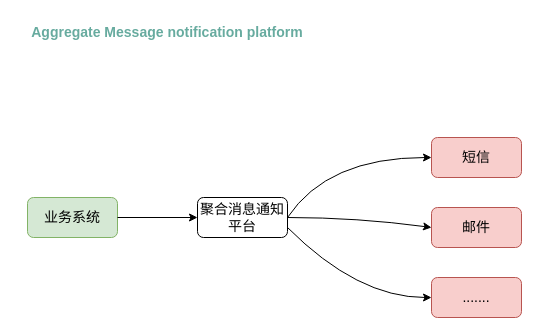
This is page "第 1 页" (1 of 5) of 聚合消息通知平台.drawio from shixw/drawio-depository, a draw.io file, before an edit. Source tidied: cells renumbered, new cells numbered last; positions are measured from the earlier drawing's top-left corner, leaving out a move shared by most shapes. Both pictures are drawn from the tidied source at 100%, with x=0, y=0 at pixel (17, 17).
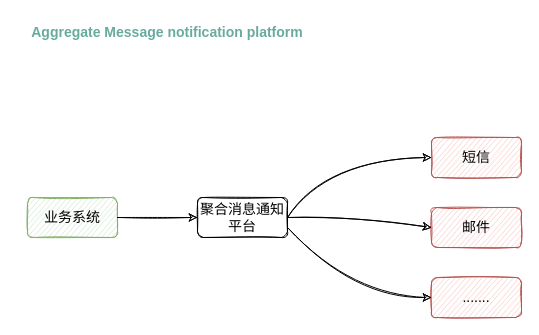
After the change.

Commit message:
更新聚合消息通知平台.drawio

Diff of the diagram source:
```diff
@@
 <mxGraphModel>
   <root>
     <mxCell id="0" />
     <mxCell id="1" parent="0" />
     <mxCell id="2" value="Aggregate Message notification platform" style="text;html=1;strokeColor=none;fillColor=none;align=center;verticalAlign=middle;whiteSpace=wrap;rounded=0;fontStyle=1;fontSize=14;fontColor=#67AB9F;" parent="1" vertex="1">
       <mxGeometry width="300" height="30" as="geometry" />
     </mxCell>
-    <mxCell id="3" value="业务系统" style="rounded=1;whiteSpace=wrap;html=1;fontSize=14;fillColor=#d5e8d4;strokeColor=#82b366;" parent="1" vertex="1">
+    <mxCell id="3" value="业务系统" style="rounded=1;whiteSpace=wrap;html=1;fontSize=14;fillColor=#d5e8d4;strokeColor=#82b366;sketch=1;" parent="1" vertex="1">
       <mxGeometry x="10" y="180" width="90" height="40" as="geometry" />
     </mxCell>
-    <mxCell id="4" value="聚合消息通知平台" style="rounded=1;whiteSpace=wrap;html=1;fontSize=14;fontColor=#000000;" parent="1" vertex="1">
+    <mxCell id="4" value="聚合消息通知平台" style="rounded=1;whiteSpace=wrap;html=1;fontSize=14;fontColor=#000000;sketch=1;" parent="1" vertex="1">
       <mxGeometry x="180" y="180" width="90" height="40" as="geometry" />
     </mxCell>
-    <mxCell id="5" value="短信" style="rounded=1;whiteSpace=wrap;html=1;fontSize=14;fillColor=#f8cecc;strokeColor=#b85450;" parent="1" vertex="1">
+    <mxCell id="5" value="短信" style="rounded=1;whiteSpace=wrap;html=1;fontSize=14;fillColor=#f8cecc;strokeColor=#b85450;sketch=1;" parent="1" vertex="1">
       <mxGeometry x="414" y="120" width="90" height="40" as="geometry" />
     </mxCell>
-    <mxCell id="6" value="邮件" style="rounded=1;whiteSpace=wrap;html=1;fontSize=14;fillColor=#f8cecc;strokeColor=#b85450;" parent="1" vertex="1">
+    <mxCell id="6" value="邮件" style="rounded=1;whiteSpace=wrap;html=1;fontSize=14;fillColor=#f8cecc;strokeColor=#b85450;sketch=1;" parent="1" vertex="1">
       <mxGeometry x="414" y="190" width="90" height="40" as="geometry" />
     </mxCell>
-    <mxCell id="7" value="......." style="rounded=1;whiteSpace=wrap;html=1;fontSize=14;fillColor=#f8cecc;strokeColor=#b85450;" parent="1" vertex="1">
+    <mxCell id="7" value="......." style="rounded=1;whiteSpace=wrap;html=1;fontSize=14;fillColor=#f8cecc;strokeColor=#b85450;sketch=1;" parent="1" vertex="1">
       <mxGeometry x="414" y="260" width="90" height="40" as="geometry" />
     </mxCell>
-    <mxCell id="8" style="endArrow=classic;html=1;rounded=0;fontSize=14;fontColor=#000000;exitX=1;exitY=0.5;exitDx=0;exitDy=0;" parent="1" edge="1" source="3" target="4">
+    <mxCell id="8" style="endArrow=classic;html=1;rounded=0;fontSize=14;fontColor=#000000;exitX=1;exitY=0.5;exitDx=0;exitDy=0;sketch=1;" parent="1" edge="1" source="3" target="4">
       <mxGeometry relative="1" as="geometry" />
     </mxCell>
-    <mxCell id="9" style="curved=1;endArrow=classic;html=1;rounded=0;fontSize=14;fontColor=#000000;exitX=1;exitY=0.5;exitDx=0;exitDy=0;" parent="1" edge="1" source="4" target="5">
+    <mxCell id="9" style="curved=1;endArrow=classic;html=1;rounded=0;fontSize=14;fontColor=#000000;exitX=1;exitY=0.5;exitDx=0;exitDy=0;sketch=1;" parent="1" edge="1" source="4" target="5">
       <mxGeometry relative="1" as="geometry">
         <Array as="points">
           <mxPoint x="310" y="140" />
         </Array>
       </mxGeometry>
     </mxCell>
-    <mxCell id="10" style="curved=1;endArrow=classic;html=1;rounded=0;fontSize=14;fontColor=#000000;exitX=1;exitY=0.75;exitDx=0;exitDy=0;entryX=0;entryY=0.5;entryDx=0;entryDy=0;" parent="1" edge="1" source="4" target="7">
+    <mxCell id="10" style="curved=1;endArrow=classic;html=1;rounded=0;fontSize=14;fontColor=#000000;exitX=1;exitY=0.75;exitDx=0;exitDy=0;entryX=0;entryY=0.5;entryDx=0;entryDy=0;sketch=1;" parent="1" edge="1" source="4" target="7">
       <mxGeometry relative="1" as="geometry">
         <Array as="points">
           <mxPoint x="340" y="280" />
         </Array>
       </mxGeometry>
     </mxCell>
-    <mxCell id="11" style="curved=1;endArrow=classic;html=1;rounded=0;fontSize=14;fontColor=#000000;exitX=1;exitY=0.5;exitDx=0;exitDy=0;entryX=0;entryY=0.5;entryDx=0;entryDy=0;" parent="1" edge="1" source="4" target="6">
+    <mxCell id="11" style="curved=1;endArrow=classic;html=1;rounded=0;fontSize=14;fontColor=#000000;exitX=1;exitY=0.5;exitDx=0;exitDy=0;entryX=0;entryY=0.5;entryDx=0;entryDy=0;sketch=1;" parent="1" edge="1" source="4" target="6">
       <mxGeometry relative="1" as="geometry">
         <Array as="points">
           <mxPoint x="340" y="200" />
         </Array>
       </mxGeometry>
     </mxCell>
   </root>
 </mxGraphModel>
```
